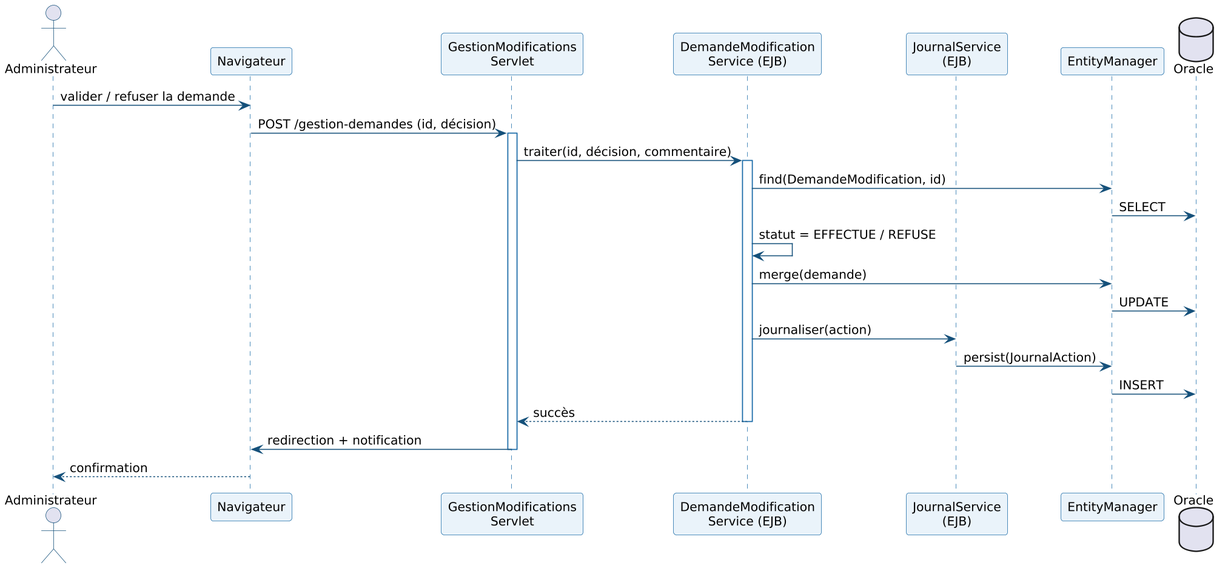
This is rapport-latex/diagrams/seq_demande.png from ZizouX0/oussema_korbosli, a PlantUML export, as it was before one commit. The source it was exported from:
```plantuml
@startuml

skinparam dpi 150
skinparam shadowing false
skinparam DefaultFontName Arial
skinparam DefaultFontSize 13
skinparam ArrowColor #14507A
skinparam roundCorner 6

skinparam sequence {
  ArrowColor #14507A
  LifeLineBorderColor #1B6CA8
  ParticipantBorderColor #1B6CA8
  ParticipantBackgroundColor #EAF3FA
  ActorBorderColor #14507A
}
actor "Administrateur" as ADM
participant "Navigateur" as NAV
participant "GestionModifications\nServlet" as SRV
participant "DemandeModification\nService (EJB)" as SVC
participant "JournalService\n(EJB)" as JRN
participant "EntityManager" as EM
database "Oracle" as DB
ADM -> NAV : valider / refuser la demande
NAV -> SRV : POST /gestion-demandes (id, décision)
activate SRV
SRV -> SVC : traiter(id, décision, commentaire)
activate SVC
SVC -> EM : find(DemandeModification, id)
EM -> DB : SELECT
SVC -> SVC : statut = EFFECTUE / REFUSE
SVC -> EM : merge(demande)
EM -> DB : UPDATE
SVC -> JRN : journaliser(action)
JRN -> EM : persist(JournalAction)
EM -> DB : INSERT
SVC --> SRV : succès
deactivate SVC
SRV -> NAV : redirection + notification
deactivate SRV
NAV --> ADM : confirmation
@enduml
```
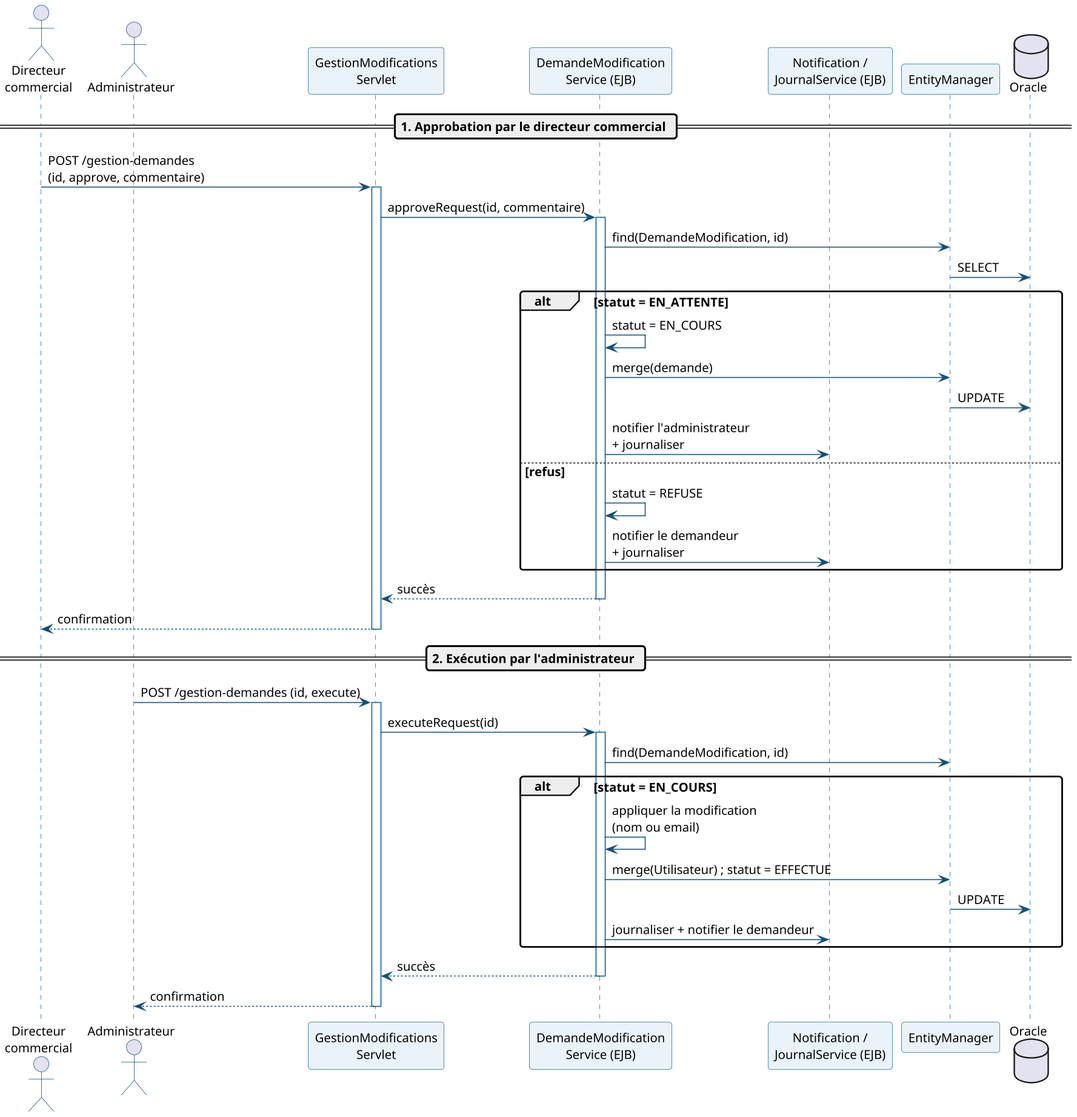
The same diagram one commit later.

The edit, as a diff of the source:
```diff
@@ -14,29 +14,49 @@
   ParticipantBackgroundColor #EAF3FA
   ActorBorderColor #14507A
 }
+actor "Directeur\ncommercial" as DIR
 actor "Administrateur" as ADM
-participant "Navigateur" as NAV
 participant "GestionModifications\nServlet" as SRV
 participant "DemandeModification\nService (EJB)" as SVC
-participant "JournalService\n(EJB)" as JRN
+participant "Notification /\nJournalService (EJB)" as JRN
 participant "EntityManager" as EM
 database "Oracle" as DB
-ADM -> NAV : valider / refuser la demande
-NAV -> SRV : POST /gestion-demandes (id, décision)
+
+== 1. Approbation par le directeur commercial ==
+DIR -> SRV : POST /gestion-demandes\n(id, approve, commentaire)
 activate SRV
-SRV -> SVC : traiter(id, décision, commentaire)
+SRV -> SVC : approveRequest(id, commentaire)
 activate SVC
 SVC -> EM : find(DemandeModification, id)
 EM -> DB : SELECT
-SVC -> SVC : statut = EFFECTUE / REFUSE
-SVC -> EM : merge(demande)
-EM -> DB : UPDATE
-SVC -> JRN : journaliser(action)
-JRN -> EM : persist(JournalAction)
-EM -> DB : INSERT
+alt statut = EN_ATTENTE
+  SVC -> SVC : statut = EN_COURS
+  SVC -> EM : merge(demande)
+  EM -> DB : UPDATE
+  SVC -> JRN : notifier l'administrateur\n+ journaliser
+else refus
+  SVC -> SVC : statut = REFUSE
+  SVC -> JRN : notifier le demandeur\n+ journaliser
+end
 SVC --> SRV : succès
 deactivate SVC
-SRV -> NAV : redirection + notification
+SRV --> DIR : confirmation
 deactivate SRV
-NAV --> ADM : confirmation
+
+== 2. Exécution par l'administrateur ==
+ADM -> SRV : POST /gestion-demandes (id, execute)
+activate SRV
+SRV -> SVC : executeRequest(id)
+activate SVC
+SVC -> EM : find(DemandeModification, id)
+alt statut = EN_COURS
+  SVC -> SVC : appliquer la modification\n(nom ou email)
+  SVC -> EM : merge(Utilisateur) ; statut = EFFECTUE
+  EM -> DB : UPDATE
+  SVC -> JRN : journaliser + notifier le demandeur
+end
+SVC --> SRV : succès
+deactivate SVC
+SRV --> ADM : confirmation
+deactivate SRV
 @enduml
```
